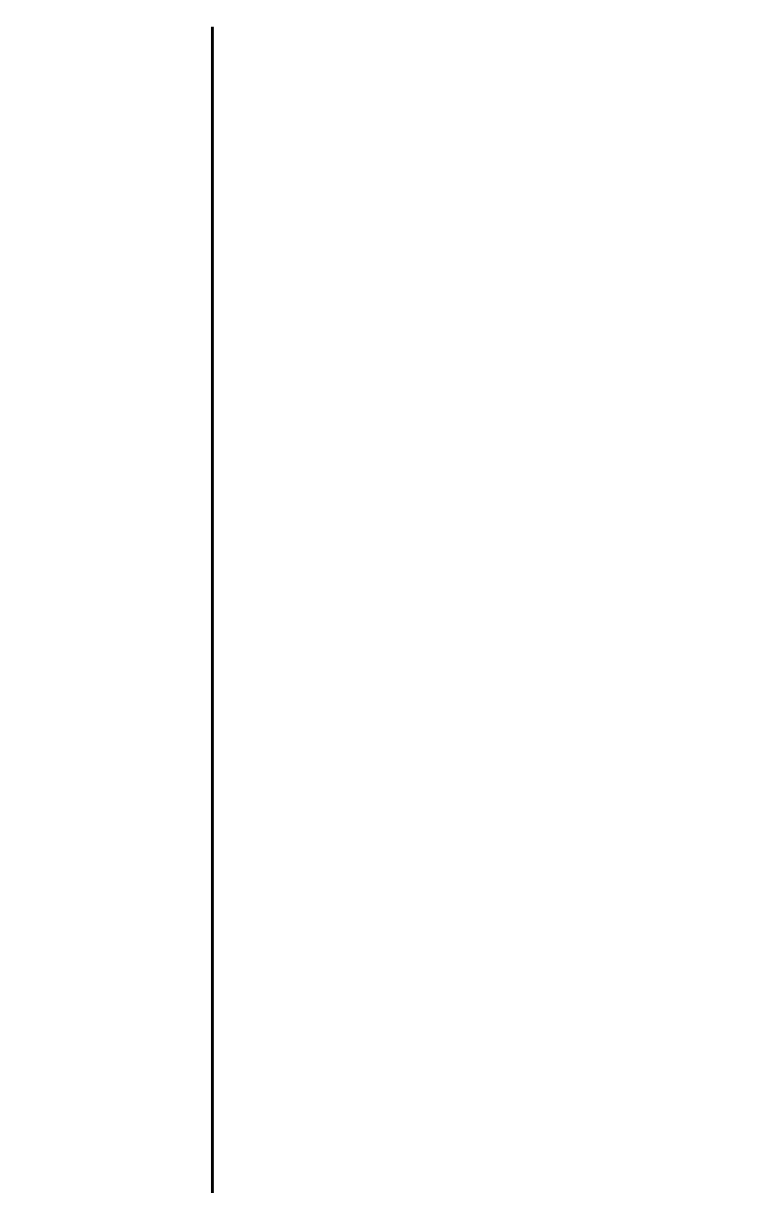
This is graph/Untitled Diagram.drawio from xiaoer1994/Graph, a draw.io file, before an edit. Source tidied: cells renumbered, new cells numbered last; positions are measured from the earlier drawing's top-left corner, leaving out a move shared by most shapes. Both pictures are drawn from the tidied source at 144%, with x=0, y=0 at pixel (204, 26).
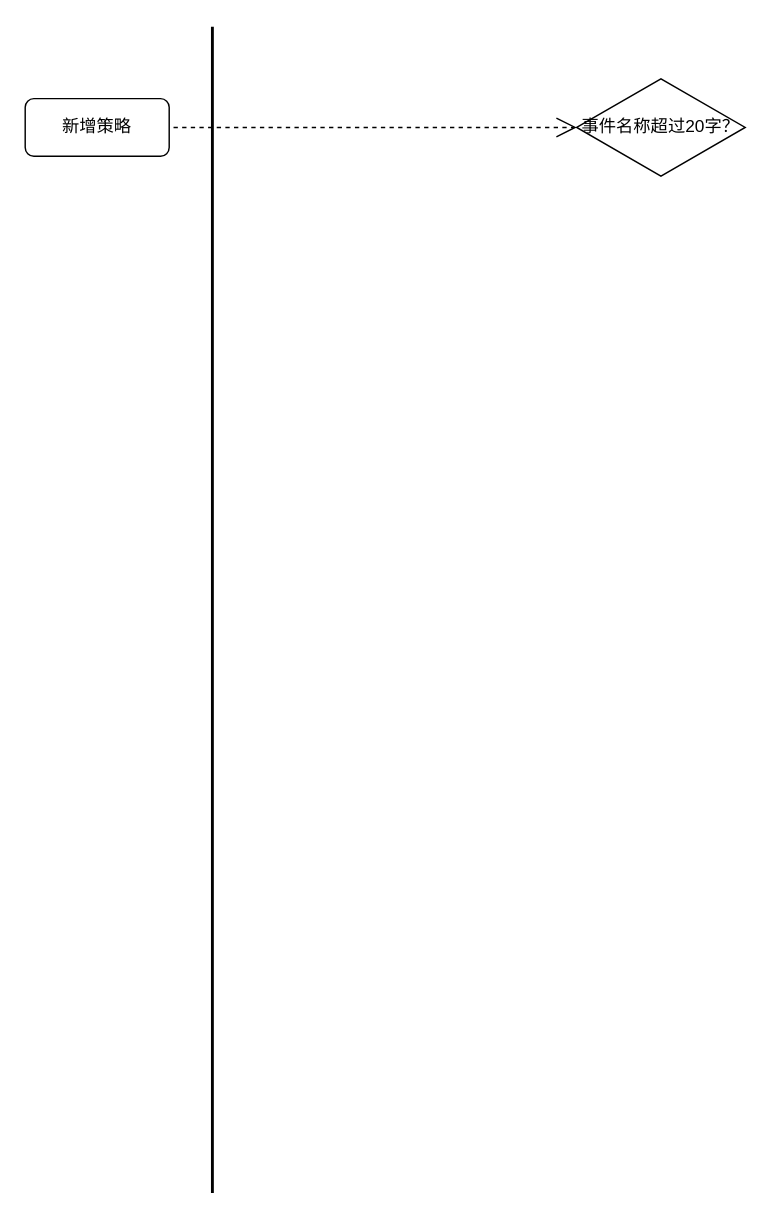
The same diagram, later.

What changed in the source:
```diff
@@
 <mxGraphModel>
   <root>
     <mxCell id="0" />
     <mxCell id="1" parent="0" />
     <mxCell id="2" style="line;strokeWidth=2;direction=south;html=1;" parent="1" vertex="1">
       <mxGeometry width="10" height="810" as="geometry" />
     </mxCell>
+    <mxCell id="3" value="新增策略" style="rounded=1;whiteSpace=wrap;html=1;" parent="1" vertex="1">
+      <mxGeometry x="-125" y="50" width="100" height="40" as="geometry" />
+    </mxCell>
+    <mxCell id="4" value="&lt;div style=&quot;text-align: left&quot;&gt;&lt;span&gt;事件名称超过20字？&lt;/span&gt;&lt;/div&gt;" style="html=1;whiteSpace=wrap;shape=isoRectangle;" parent="1" vertex="1">
+      <mxGeometry x="258" y="35" width="117" height="70" as="geometry" />
+    </mxCell>
+    <mxCell id="5" style="endArrow=open;endSize=12;dashed=1;html=1;" parent="1" edge="1">
+      <mxGeometry x="1" y="764" relative="1" as="geometry">
+        <mxPoint x="-22" y="70" as="sourcePoint" />
+        <mxPoint x="258" y="70" as="targetPoint" />
+        <mxPoint x="80" y="4" as="offset" />
+      </mxGeometry>
+    </mxCell>
   </root>
 </mxGraphModel>
```
